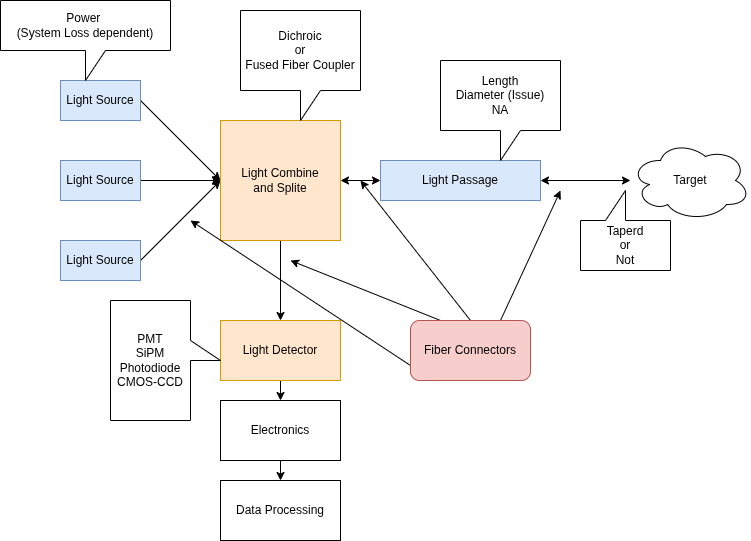
Above: docs/diagrams/2026/Fiber_Photometry01.png in tzechienchu/mynotes (draw.io), before the change. Source tidied: cells renumbered, new cells last; positions are measured from the earlier drawing's top-left corner, leaving out a move shared by most shapes. The source it was exported from:
```xml
<mxGraphModel>
  <root>
    <mxCell id="0" />
    <mxCell id="1" parent="0" />
    <mxCell id="2" style="edgeStyle=none;html=1;exitX=1;exitY=0.5;exitDx=0;exitDy=0;entryX=0;entryY=0.5;entryDx=0;entryDy=0;" parent="1" edge="1" source="3" target="10">
      <mxGeometry relative="1" as="geometry" />
    </mxCell>
    <mxCell id="3" value="Light Source" style="rounded=0;whiteSpace=wrap;html=1;fillColor=#dae8fc;strokeColor=#6c8ebf;" parent="1" vertex="1">
      <mxGeometry x="60" y="80" width="80" height="40" as="geometry" />
    </mxCell>
    <mxCell id="4" style="edgeStyle=none;html=1;exitX=1;exitY=0.5;exitDx=0;exitDy=0;" parent="1" edge="1" source="5">
      <mxGeometry relative="1" as="geometry">
        <mxPoint x="220" y="180" as="targetPoint" />
      </mxGeometry>
    </mxCell>
    <mxCell id="5" value="Light Source" style="rounded=0;whiteSpace=wrap;html=1;fillColor=#dae8fc;strokeColor=#6c8ebf;" parent="1" vertex="1">
      <mxGeometry x="60" y="160" width="80" height="40" as="geometry" />
    </mxCell>
    <mxCell id="6" style="edgeStyle=none;html=1;exitX=1;exitY=0.5;exitDx=0;exitDy=0;" parent="1" edge="1" source="7">
      <mxGeometry relative="1" as="geometry">
        <mxPoint x="220" y="180" as="targetPoint" />
      </mxGeometry>
    </mxCell>
    <mxCell id="7" value="Light Source" style="rounded=0;whiteSpace=wrap;html=1;fillColor=#dae8fc;strokeColor=#6c8ebf;" parent="1" vertex="1">
      <mxGeometry x="60" y="240" width="80" height="40" as="geometry" />
    </mxCell>
    <mxCell id="8" style="edgeStyle=none;html=1;exitX=0.5;exitY=1;exitDx=0;exitDy=0;entryX=0.5;entryY=0;entryDx=0;entryDy=0;" parent="1" edge="1" source="10" target="12">
      <mxGeometry relative="1" as="geometry" />
    </mxCell>
    <mxCell id="9" style="edgeStyle=none;html=1;exitX=1;exitY=0.5;exitDx=0;exitDy=0;entryX=0;entryY=0.5;entryDx=0;entryDy=0;startArrow=classic;startFill=1;" parent="1" edge="1" source="10" target="14">
      <mxGeometry relative="1" as="geometry" />
    </mxCell>
    <mxCell id="10" value="Light Combine&lt;div&gt;and Splite&lt;/div&gt;" style="rounded=0;whiteSpace=wrap;html=1;fillColor=#ffe6cc;strokeColor=#d79b00;" parent="1" vertex="1">
      <mxGeometry x="220" y="120" width="120" height="120" as="geometry" />
    </mxCell>
    <mxCell id="11" style="edgeStyle=none;html=1;exitX=0.5;exitY=1;exitDx=0;exitDy=0;entryX=0.5;entryY=0;entryDx=0;entryDy=0;" parent="1" edge="1" source="12" target="25">
      <mxGeometry relative="1" as="geometry" />
    </mxCell>
    <mxCell id="12" value="Light Detector" style="rounded=0;whiteSpace=wrap;html=1;fillColor=#ffe6cc;strokeColor=#d79b00;" parent="1" vertex="1">
      <mxGeometry x="220" y="320" width="120" height="60" as="geometry" />
    </mxCell>
    <mxCell id="13" style="edgeStyle=none;html=1;exitX=1;exitY=0.5;exitDx=0;exitDy=0;startArrow=classic;startFill=1;" parent="1" edge="1" source="14" target="15">
      <mxGeometry relative="1" as="geometry" />
    </mxCell>
    <mxCell id="14" value="Light Passage" style="rounded=0;whiteSpace=wrap;html=1;fillColor=#dae8fc;strokeColor=#6c8ebf;" parent="1" vertex="1">
      <mxGeometry x="380" y="160" width="160" height="40" as="geometry" />
    </mxCell>
    <mxCell id="15" value="Target" style="ellipse;shape=cloud;whiteSpace=wrap;html=1;" parent="1" vertex="1">
      <mxGeometry x="630" y="140" width="120" height="80" as="geometry" />
    </mxCell>
    <mxCell id="16" value="&lt;div&gt;Power&amp;nbsp;&lt;/div&gt;&lt;div&gt;(System Loss dependent)&lt;/div&gt;" style="shape=callout;whiteSpace=wrap;html=1;perimeter=calloutPerimeter;" parent="1" vertex="1">
      <mxGeometry width="170" height="80" as="geometry" />
    </mxCell>
    <mxCell id="17" value="Dichroic&lt;div&gt;or&lt;/div&gt;&lt;div&gt;Fused Fiber Coupler&lt;/div&gt;" style="shape=callout;whiteSpace=wrap;html=1;perimeter=calloutPerimeter;" parent="1" vertex="1">
      <mxGeometry x="240" y="10" width="120" height="110" as="geometry" />
    </mxCell>
    <mxCell id="18" value="PMT&lt;div&gt;SiPM&lt;/div&gt;&lt;div&gt;Photodiode&lt;/div&gt;&lt;div&gt;CMOS-CCD&lt;/div&gt;" style="shape=callout;whiteSpace=wrap;html=1;perimeter=calloutPerimeter;direction=north;" parent="1" vertex="1">
      <mxGeometry x="110" y="300" width="110" height="120" as="geometry" />
    </mxCell>
    <mxCell id="19" style="edgeStyle=none;html=1;exitX=0.75;exitY=0;exitDx=0;exitDy=0;" parent="1" edge="1" source="23">
      <mxGeometry relative="1" as="geometry">
        <mxPoint x="560" y="190" as="targetPoint" />
      </mxGeometry>
    </mxCell>
    <mxCell id="20" style="edgeStyle=none;html=1;exitX=0.5;exitY=0;exitDx=0;exitDy=0;" parent="1" edge="1" source="23">
      <mxGeometry relative="1" as="geometry">
        <mxPoint x="360" y="180" as="targetPoint" />
      </mxGeometry>
    </mxCell>
    <mxCell id="21" style="edgeStyle=none;html=1;exitX=0.25;exitY=0;exitDx=0;exitDy=0;" parent="1" edge="1" source="23">
      <mxGeometry relative="1" as="geometry">
        <mxPoint x="290" y="260" as="targetPoint" />
      </mxGeometry>
    </mxCell>
    <mxCell id="22" style="edgeStyle=none;html=1;exitX=0;exitY=0.75;exitDx=0;exitDy=0;" parent="1" edge="1" source="23">
      <mxGeometry relative="1" as="geometry">
        <mxPoint x="190" y="220" as="targetPoint" />
      </mxGeometry>
    </mxCell>
    <mxCell id="23" value="Fiber Connectors" style="rounded=1;whiteSpace=wrap;html=1;fillColor=#f8cecc;strokeColor=#b85450;" parent="1" vertex="1">
      <mxGeometry x="410" y="320" width="120" height="60" as="geometry" />
    </mxCell>
    <mxCell id="24" style="edgeStyle=none;html=1;exitX=0.5;exitY=1;exitDx=0;exitDy=0;entryX=0.5;entryY=0;entryDx=0;entryDy=0;" parent="1" edge="1" source="25" target="28">
      <mxGeometry relative="1" as="geometry" />
    </mxCell>
    <mxCell id="25" value="Electronics" style="rounded=0;whiteSpace=wrap;html=1;" parent="1" vertex="1">
      <mxGeometry x="220" y="400" width="120" height="60" as="geometry" />
    </mxCell>
    <mxCell id="26" value="Length&lt;div&gt;Diameter (Issue)&lt;/div&gt;&lt;div&gt;NA&lt;/div&gt;" style="shape=callout;whiteSpace=wrap;html=1;perimeter=calloutPerimeter;" parent="1" vertex="1">
      <mxGeometry x="440" y="60" width="120" height="100" as="geometry" />
    </mxCell>
    <mxCell id="27" value="Taperd&lt;div&gt;or&lt;/div&gt;&lt;div&gt;Not&lt;/div&gt;" style="shape=callout;whiteSpace=wrap;html=1;perimeter=calloutPerimeter;direction=west;" parent="1" vertex="1">
      <mxGeometry x="580" y="190" width="90" height="80" as="geometry" />
    </mxCell>
    <mxCell id="28" value="Data Processing" style="rounded=0;whiteSpace=wrap;html=1;" parent="1" vertex="1">
      <mxGeometry x="220" y="480" width="120" height="60" as="geometry" />
    </mxCell>
  </root>
</mxGraphModel>
```
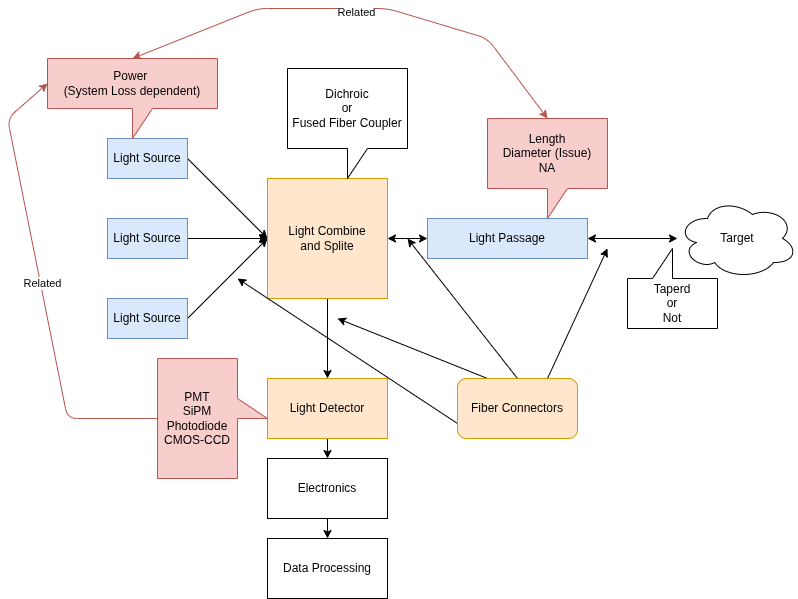
Above is the later version.

Diff of the diagram source:
```diff
@@ -48,13 +48,13 @@
     <mxCell id="15" value="Target" style="ellipse;shape=cloud;whiteSpace=wrap;html=1;" parent="1" vertex="1">
       <mxGeometry x="630" y="140" width="120" height="80" as="geometry" />
     </mxCell>
-    <mxCell id="16" value="&lt;div&gt;Power&amp;nbsp;&lt;/div&gt;&lt;div&gt;(System Loss dependent)&lt;/div&gt;" style="shape=callout;whiteSpace=wrap;html=1;perimeter=calloutPerimeter;" parent="1" vertex="1">
+    <mxCell id="16" value="&lt;div&gt;Power&amp;nbsp;&lt;/div&gt;&lt;div&gt;(System Loss dependent)&lt;/div&gt;" style="shape=callout;whiteSpace=wrap;html=1;perimeter=calloutPerimeter;fillColor=#f8cecc;strokeColor=#b85450;" parent="1" vertex="1">
       <mxGeometry width="170" height="80" as="geometry" />
     </mxCell>
     <mxCell id="17" value="Dichroic&lt;div&gt;or&lt;/div&gt;&lt;div&gt;Fused Fiber Coupler&lt;/div&gt;" style="shape=callout;whiteSpace=wrap;html=1;perimeter=calloutPerimeter;" parent="1" vertex="1">
       <mxGeometry x="240" y="10" width="120" height="110" as="geometry" />
     </mxCell>
-    <mxCell id="18" value="PMT&lt;div&gt;SiPM&lt;/div&gt;&lt;div&gt;Photodiode&lt;/div&gt;&lt;div&gt;CMOS-CCD&lt;/div&gt;" style="shape=callout;whiteSpace=wrap;html=1;perimeter=calloutPerimeter;direction=north;" parent="1" vertex="1">
+    <mxCell id="18" value="PMT&lt;div&gt;SiPM&lt;/div&gt;&lt;div&gt;Photodiode&lt;/div&gt;&lt;div&gt;CMOS-CCD&lt;/div&gt;" style="shape=callout;whiteSpace=wrap;html=1;perimeter=calloutPerimeter;direction=north;fillColor=#f8cecc;strokeColor=#b85450;" parent="1" vertex="1">
       <mxGeometry x="110" y="300" width="110" height="120" as="geometry" />
     </mxCell>
     <mxCell id="19" style="edgeStyle=none;html=1;exitX=0.75;exitY=0;exitDx=0;exitDy=0;" parent="1" edge="1" source="23">
@@ -77,7 +77,7 @@
         <mxPoint x="190" y="220" as="targetPoint" />
       </mxGeometry>
     </mxCell>
-    <mxCell id="23" value="Fiber Connectors" style="rounded=1;whiteSpace=wrap;html=1;fillColor=#f8cecc;strokeColor=#b85450;" parent="1" vertex="1">
+    <mxCell id="23" value="Fiber Connectors" style="rounded=1;whiteSpace=wrap;html=1;fillColor=#ffe6cc;strokeColor=#d79b00;" parent="1" vertex="1">
       <mxGeometry x="410" y="320" width="120" height="60" as="geometry" />
     </mxCell>
     <mxCell id="24" style="edgeStyle=none;html=1;exitX=0.5;exitY=1;exitDx=0;exitDy=0;entryX=0.5;entryY=0;entryDx=0;entryDy=0;" parent="1" edge="1" source="25" target="28">
@@ -86,7 +86,7 @@
     <mxCell id="25" value="Electronics" style="rounded=0;whiteSpace=wrap;html=1;" parent="1" vertex="1">
       <mxGeometry x="220" y="400" width="120" height="60" as="geometry" />
     </mxCell>
-    <mxCell id="26" value="Length&lt;div&gt;Diameter (Issue)&lt;/div&gt;&lt;div&gt;NA&lt;/div&gt;" style="shape=callout;whiteSpace=wrap;html=1;perimeter=calloutPerimeter;" parent="1" vertex="1">
+    <mxCell id="26" value="Length&lt;div&gt;Diameter (Issue)&lt;/div&gt;&lt;div&gt;NA&lt;/div&gt;" style="shape=callout;whiteSpace=wrap;html=1;perimeter=calloutPerimeter;fillColor=#f8cecc;strokeColor=#b85450;" parent="1" vertex="1">
       <mxGeometry x="440" y="60" width="120" height="100" as="geometry" />
     </mxCell>
     <mxCell id="27" value="Taperd&lt;div&gt;or&lt;/div&gt;&lt;div&gt;Not&lt;/div&gt;" style="shape=callout;whiteSpace=wrap;html=1;perimeter=calloutPerimeter;direction=west;" parent="1" vertex="1">
@@ -95,5 +95,28 @@
     <mxCell id="28" value="Data Processing" style="rounded=0;whiteSpace=wrap;html=1;" parent="1" vertex="1">
       <mxGeometry x="220" y="480" width="120" height="60" as="geometry" />
     </mxCell>
+    <mxCell id="29" style="edgeStyle=none;html=1;exitX=0.5;exitY=0;exitDx=0;exitDy=0;exitPerimeter=0;entryX=0.5;entryY=0;entryDx=0;entryDy=0;entryPerimeter=0;startArrow=classic;startFill=1;strokeColor=#b85450;fillColor=#f8cecc;" parent="1" edge="1" source="26" target="16">
+      <mxGeometry relative="1" as="geometry">
+        <Array as="points">
+          <mxPoint x="440" y="-20" />
+          <mxPoint x="340" y="-50" />
+          <mxPoint x="210" y="-50" />
+        </Array>
+      </mxGeometry>
+    </mxCell>
+    <mxCell id="30" value="Related" style="edgeLabel;html=1;align=center;verticalAlign=middle;" parent="29" vertex="1">
+      <mxGeometry x="0.01" y="3" relative="1" as="geometry" />
+    </mxCell>
+    <mxCell id="31" style="edgeStyle=none;html=1;exitX=0.5;exitY=0;exitDx=0;exitDy=0;exitPerimeter=0;entryX=0;entryY=0;entryDx=0;entryDy=25;entryPerimeter=0;fillColor=#f8cecc;strokeColor=#b85450;" parent="1" edge="1" source="18" target="16">
+      <mxGeometry relative="1" as="geometry">
+        <Array as="points">
+          <mxPoint x="20" y="360" />
+          <mxPoint x="-40" y="60" />
+        </Array>
+      </mxGeometry>
+    </mxCell>
+    <mxCell id="32" value="Related" style="edgeLabel;html=1;align=center;verticalAlign=middle;" parent="31" vertex="1">
+      <mxGeometry x="0.01" y="-2" relative="1" as="geometry" />
+    </mxCell>
   </root>
 </mxGraphModel>
```
